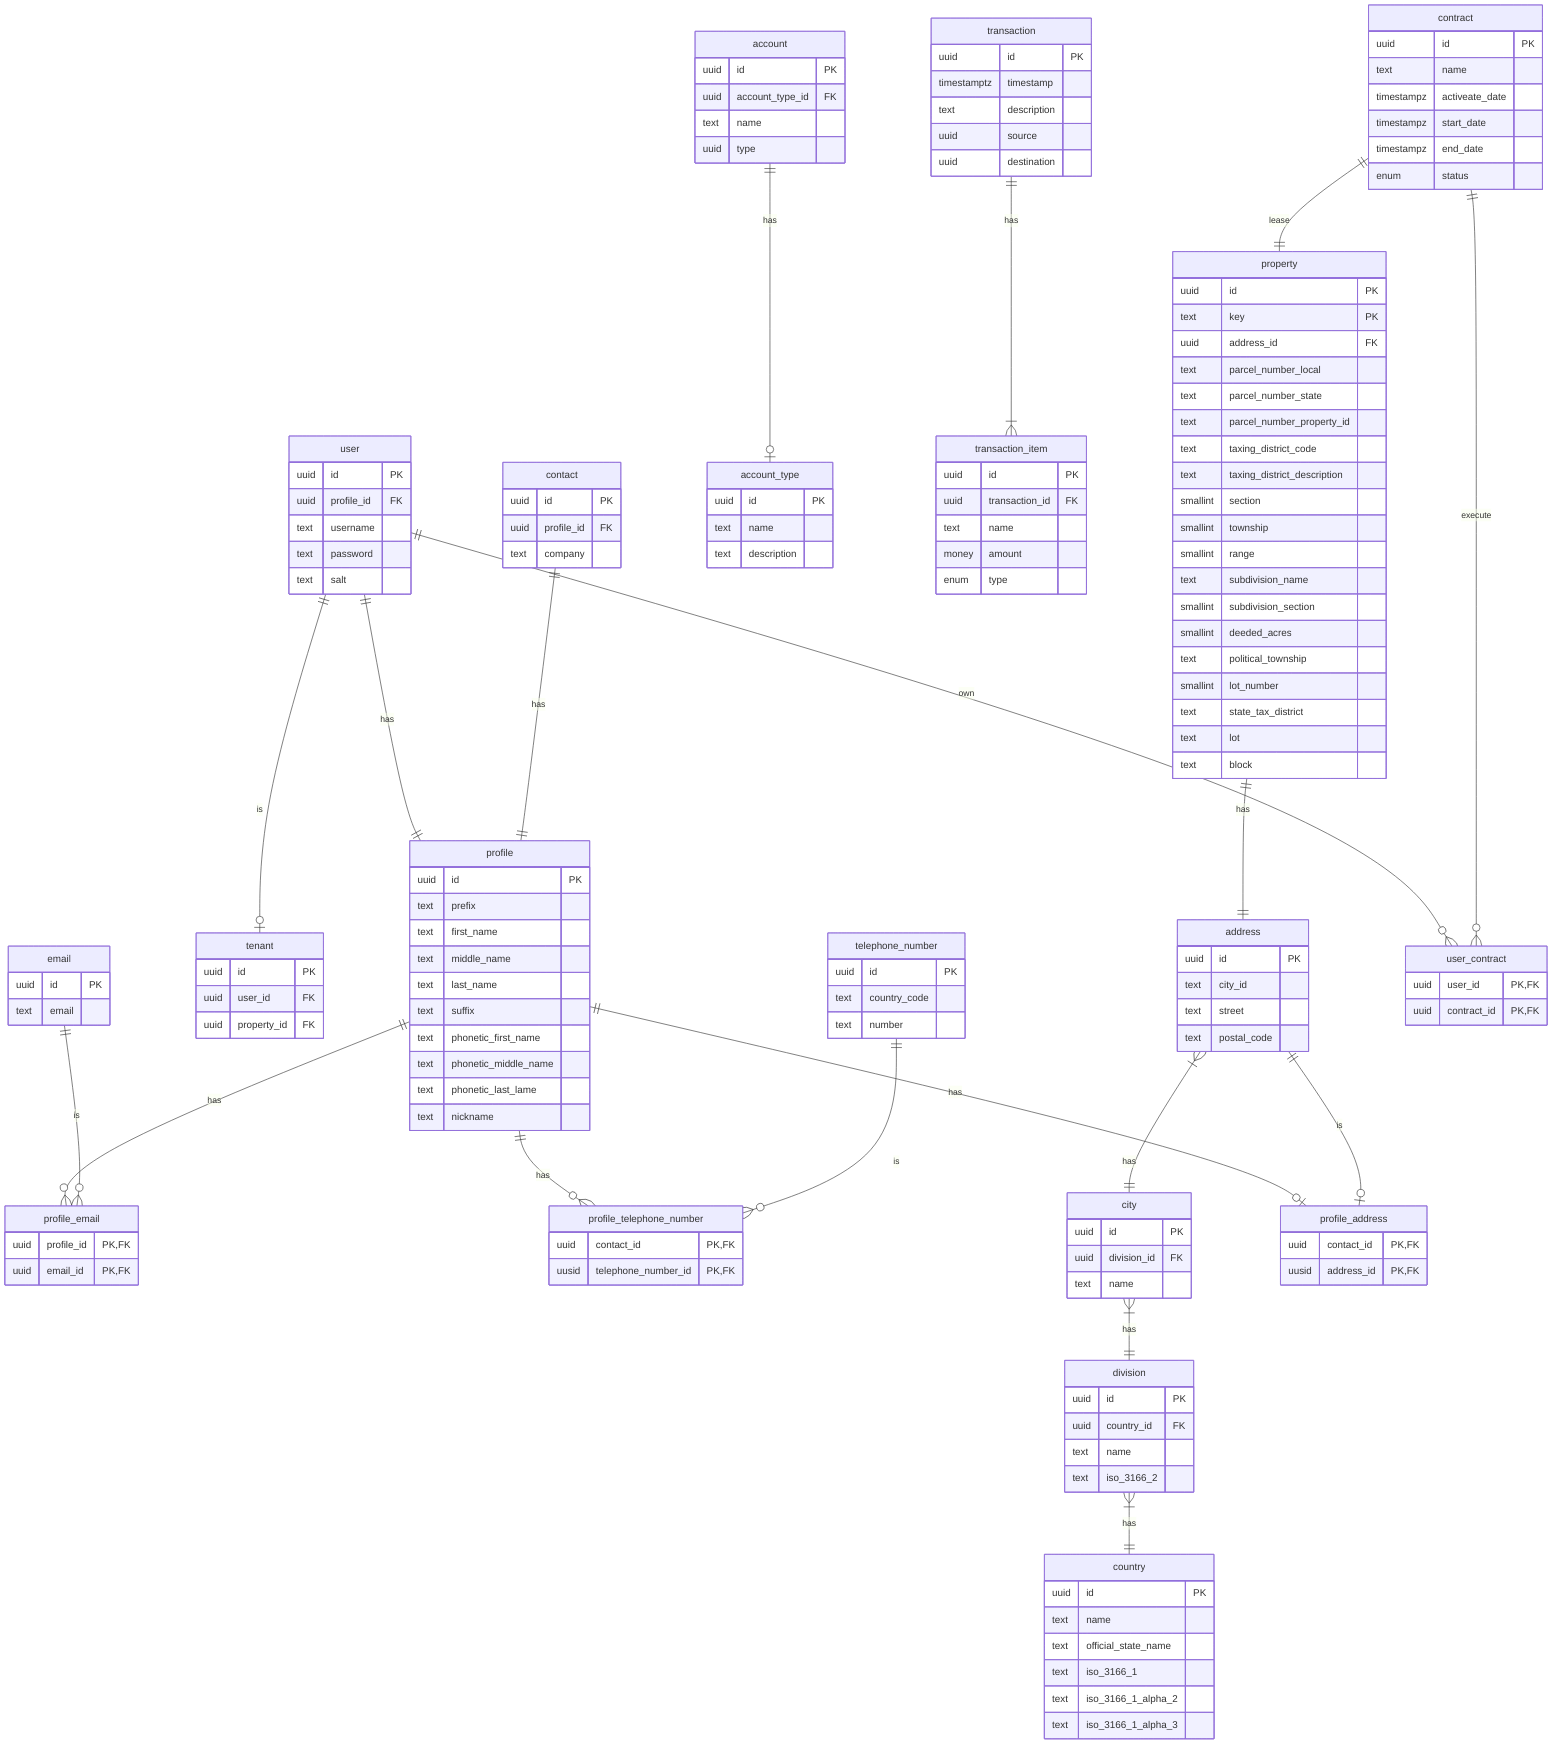
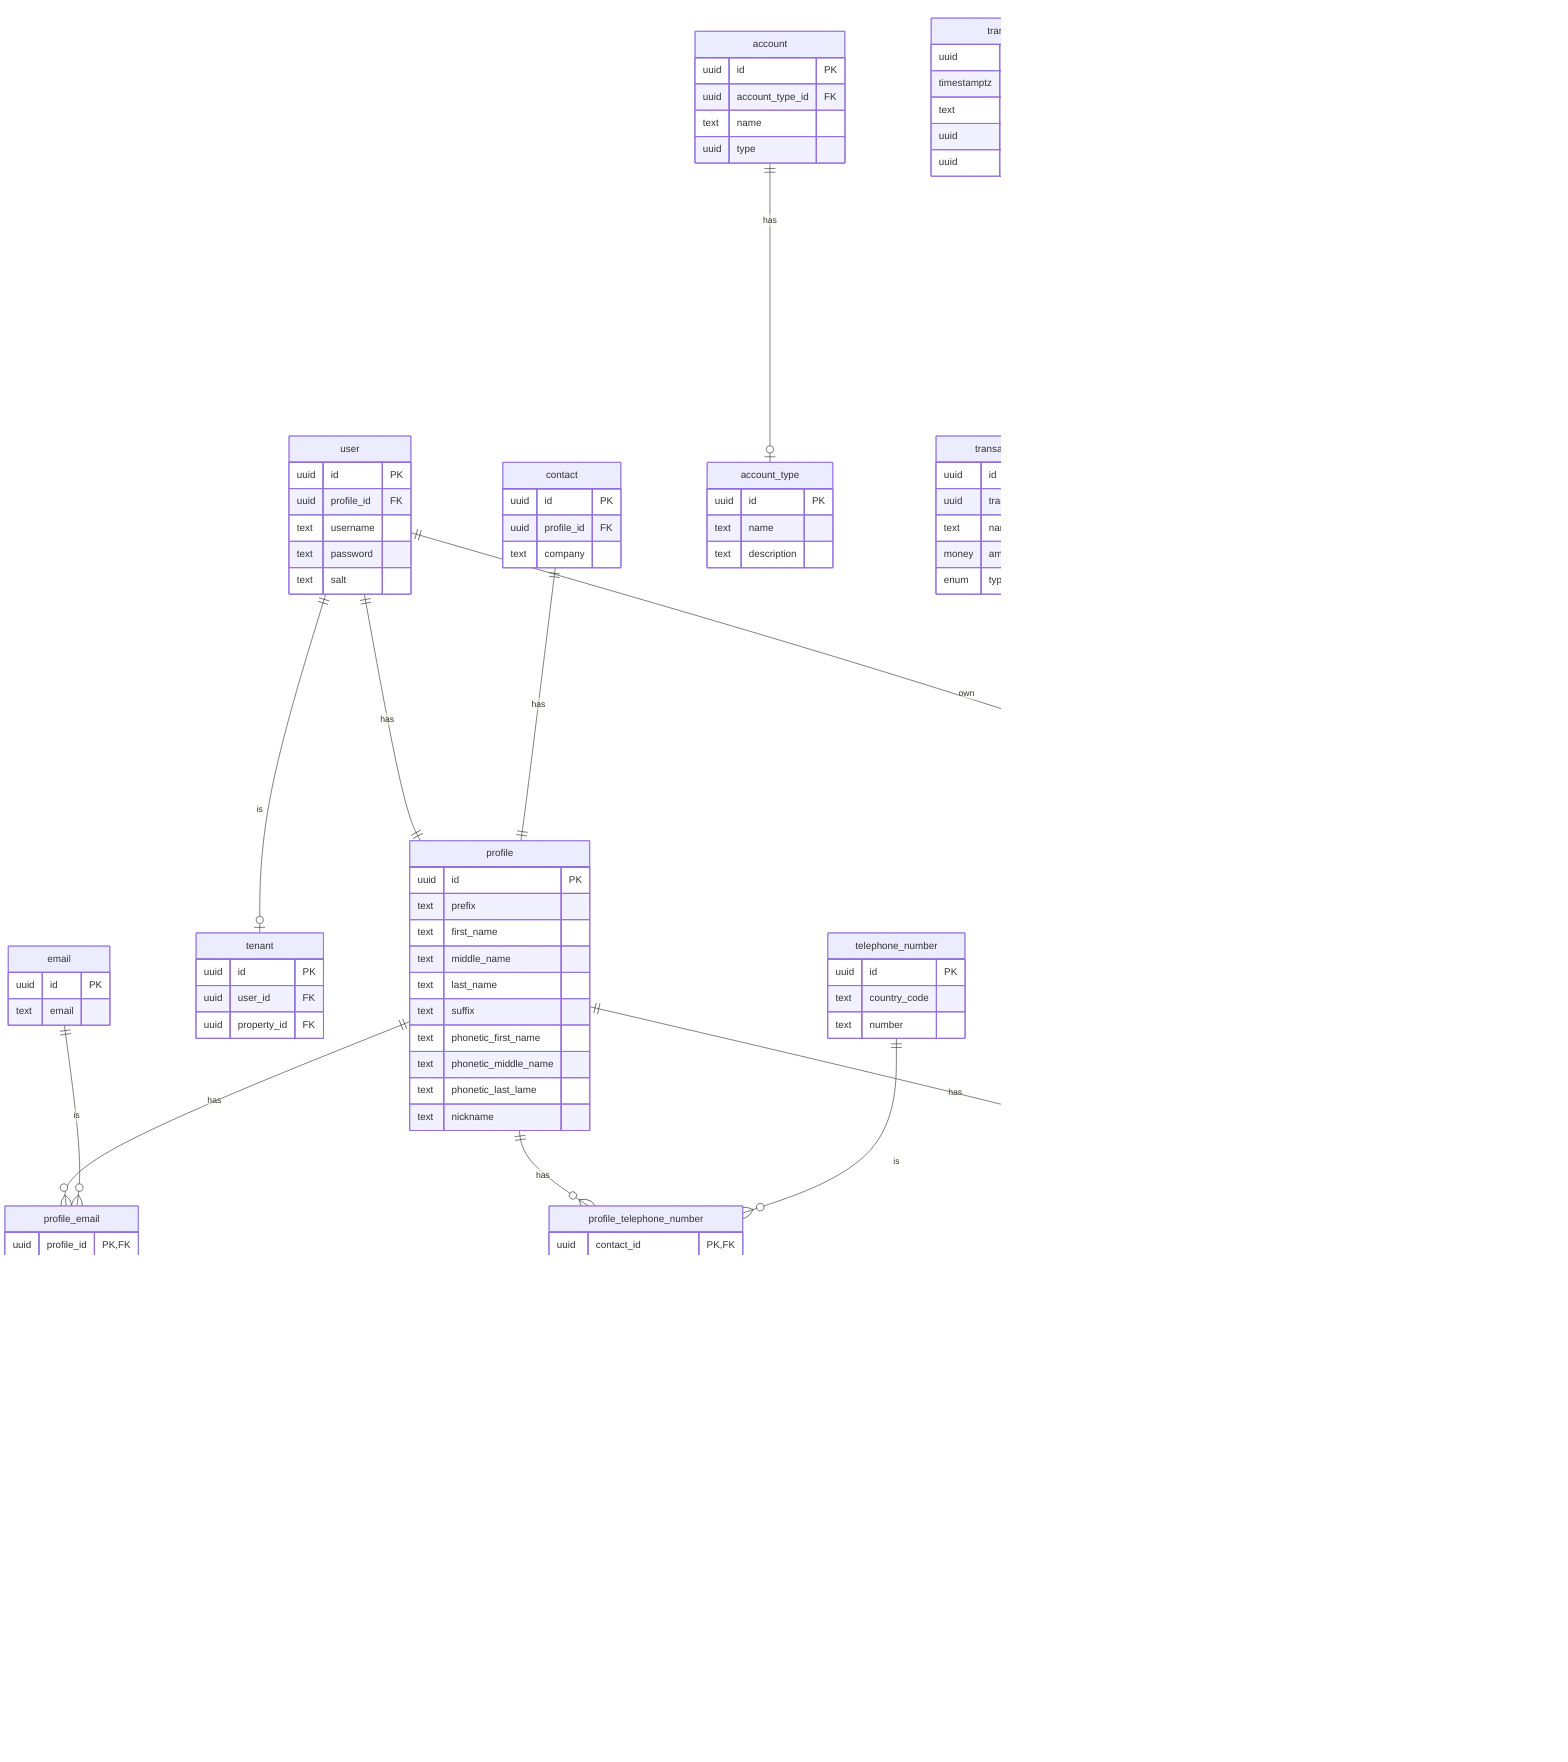
erDiagram
    %% User
    %% The user of the system
    user ||--|| profile : has
    user ||--o| tenant : is
    user {
        uuid id PK
        uuid profile_id FK
        text username
        text password
        text salt
    }

    %% Contact
    contact ||--|| profile : has
    contact {
        uuid id PK
        uuid profile_id FK
        text company
    }

    %% Profile
    profile {
        uuid id PK
        text prefix
        text first_name
        text middle_name
        text last_name
        text suffix
        text phonetic_first_name
        text phonetic_middle_name
        text phonetic_last_lame
        text nickname
    }

    %% Email
    email {
        uuid id PK
        text email
    }

    profile ||--o{ profile_email : has
    email ||--o{ profile_email : is
    profile_email {
        uuid profile_id PK,FK
        uuid email_id PK,FK
    }

    %% Telephone Number
    telephone_number {
        uuid id PK
        text country_code
        text number
    }

    profile ||--o{ profile_telephone_number : has
    telephone_number ||--o{ profile_telephone_number : is
    profile_telephone_number {
        uuid contact_id PK,FK
        uusid telephone_number_id PK,FK
    }

    %% Address
    address }|--|| city : has
    address {
        uuid id PK
        text city_id
        text street
+         text premise
        text postal_code
    }

    profile ||--o| profile_address : has
    address ||--o| profile_address : is
    profile_address {
        uuid contact_id PK,FK
        uusid address_id PK,FK
    }

    %% City
    city }|--|| division : has
    city {
        uuid id PK
        uuid division_id FK
        text name
    }

    %% Division
    division }|--|| country : has
    division {
        uuid id PK
        uuid country_id FK
        text name
        text iso_3166_2
    }

    %% Country
    country {
        uuid id PK
        text name
        text official_state_name
        text iso_3166_1
        text iso_3166_1_alpha_2
        text iso_3166_1_alpha_3
    }

    %% Account
    account {
        uuid id PK
        uuid account_type_id FK
        text name
        uuid type
    }

    account ||--o| account_type : has
    account_type {
        uuid id PK
        text name
        text description
    }

    %% Transaction
    transaction {
        uuid id PK
        timestamptz timestamp
        text description
        uuid source
        uuid destination
        %% money original_cost
        %% money tax
        %% money adjustment
        %% money discount
        %% enum tax_expense
    }

    %% Transaction Item
    transaction ||--|{ transaction_item : has
    transaction_item {
        uuid id PK
        uuid transaction_id FK
        %% Category?
        text name
        money amount
        enum type
    }

    %% Tenant
    tenant {
        uuid id PK
        uuid user_id FK
        uuid property_id FK
    }

    %% Contract
    contract ||--|| property : lease
    contract {
        uuid id PK
        text name
        timestampz activeate_date
        timestampz start_date
        timestampz end_date
        enum status
    }

    %% User Contract
    user ||--o{ user_contract : own
    contract ||--o{ user_contract : execute
    user_contract {
        uuid user_id PK,FK
        uuid contract_id PK,FK
    }

    %% Property
    property ||--|| address : has
    property {
        uuid id PK
        text key PK
        uuid address_id FK
        text parcel_number_local
        text parcel_number_state
        text parcel_number_property_id
        text taxing_district_code
        text taxing_district_description
        smallint section
        smallint township
        smallint range
        text subdivision_name
        smallint subdivision_section
        smallint deeded_acres
        text political_township
        smallint lot_number
        text state_tax_district
        text lot
        text block
    }
